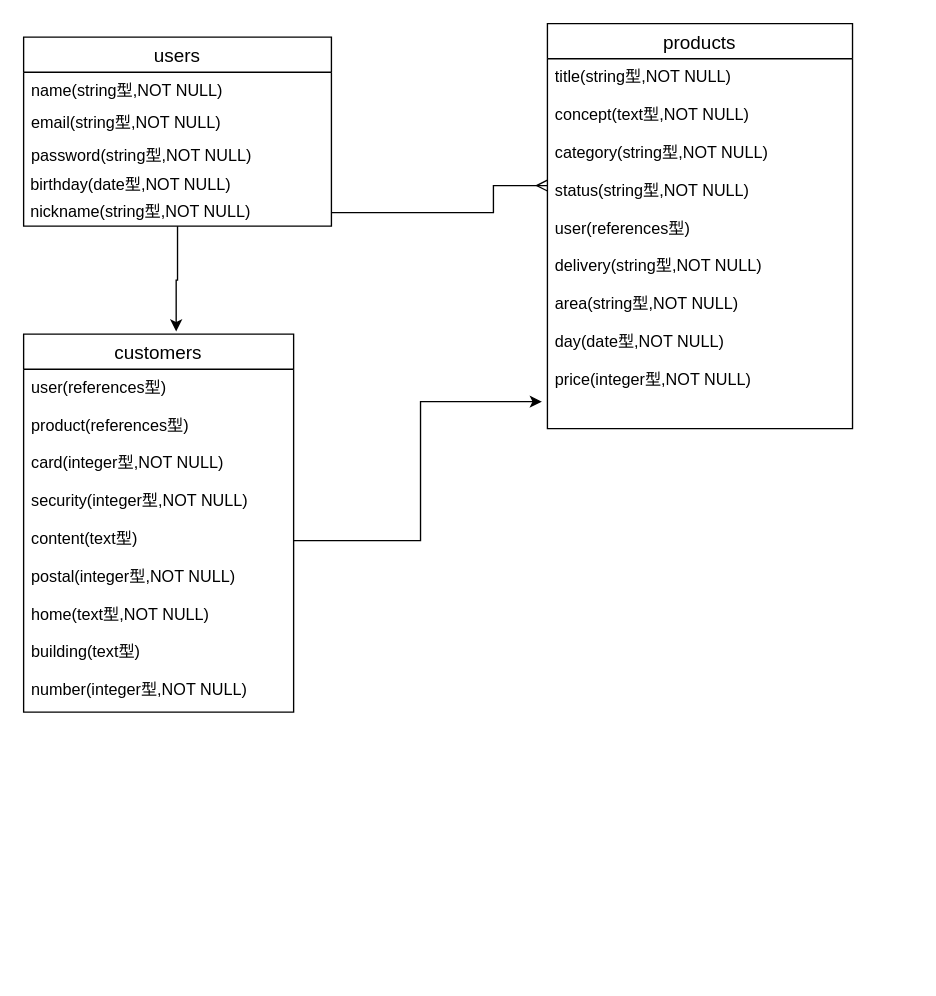
Above: furima.dio in Wh1te-7/furima-31645 (draw.io), before the change. Source tidied: cells renumbered, new cells numbered last; positions are measured from the earlier drawing's top-left corner, leaving out a move shared by most shapes. Both pictures are drawn from the tidied source at 135%, with x=0, y=0 at pixel (23, 23).
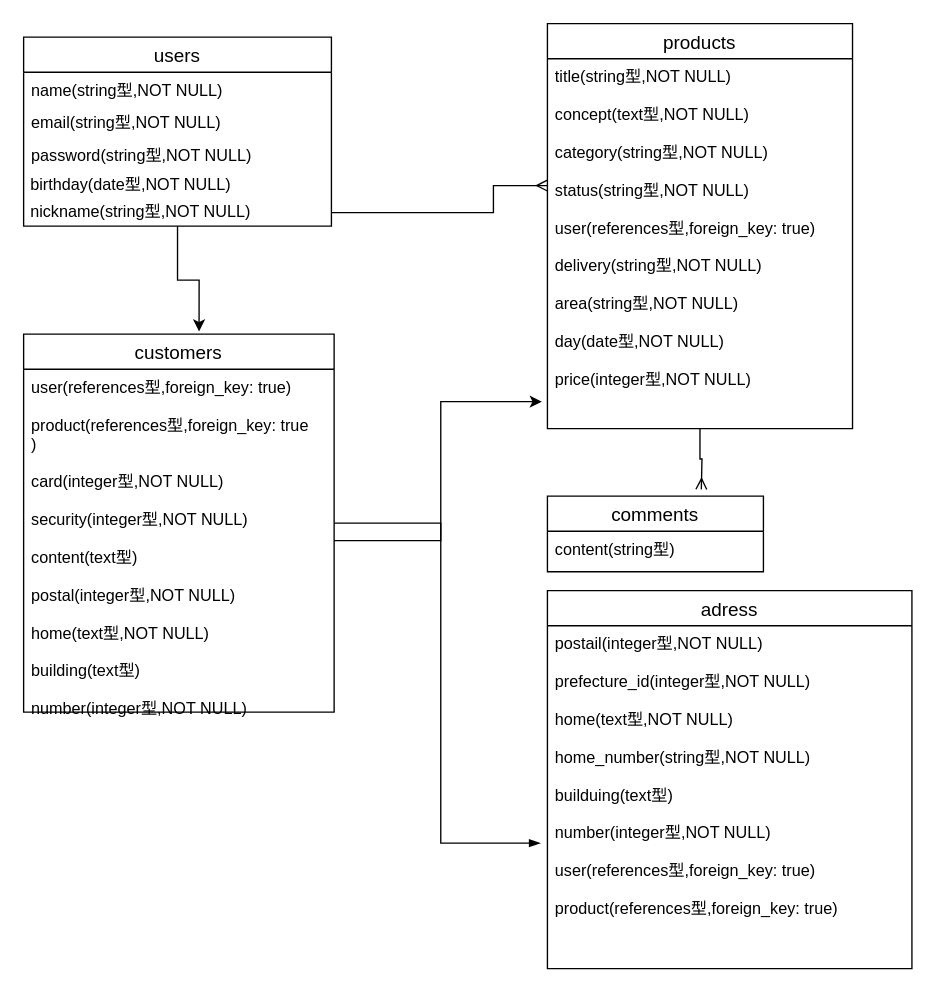
The same diagram, later.

Unchanged cells that the change refers to:
```xml
<mxCell id="8" value="products" style="swimlane;fontStyle=0;horizontal=1;startSize=26;align=center;fontSize=14;" parent="1" vertex="1">
  <mxGeometry x="388" width="226" height="300" as="geometry" />
</mxCell>
```

What changed in the source:
```diff
@@
+    <mxCell id="15" style="edgeStyle=orthogonalEdgeStyle;rounded=0;jettySize=auto;html=1;endArrow=ERmany;endFill=0;" parent="1" edge="1" source="8">
+      <mxGeometry relative="1" as="geometry">
+        <mxPoint x="502" y="345" as="targetPoint" />
+      </mxGeometry>
+    </mxCell>
@@
-    <mxCell id="9" value="title(string型,NOT NULL)&#10;&#10;concept(text型,NOT NULL)&#10;&#10;category(string型,NOT NULL)&#10;&#10;status(string型,NOT NULL)&#10;&#10;user(references型)&#10;&#10;delivery(string型,NOT NULL)&#10;&#10;area(string型,NOT NULL)&#10;&#10;day(date型,NOT NULL)&#10;&#10;price(integer型,NOT NULL)" style="text;strokeColor=none;fillColor=none;spacingLeft=4;spacingRight=4;overflow=hidden;points=[[0,0.5],[1,0.5]];portConstraint=eastwest;fontSize=12;" parent="8" vertex="1">
+    <mxCell id="9" value="title(string型,NOT NULL)&#10;&#10;concept(text型,NOT NULL)&#10;&#10;category(string型,NOT NULL)&#10;&#10;status(string型,NOT NULL)&#10;&#10;user(references型,foreign_key: true)&#10;&#10;delivery(string型,NOT NULL)&#10;&#10;area(string型,NOT NULL)&#10;&#10;day(date型,NOT NULL)&#10;&#10;price(integer型,NOT NULL)" style="text;strokeColor=none;fillColor=none;spacingLeft=4;spacingRight=4;overflow=hidden;points=[[0,0.5],[1,0.5]];portConstraint=eastwest;fontSize=12;" parent="8" vertex="1">
       <mxGeometry y="26" width="226" height="274" as="geometry" />
     </mxCell>
@@
+    <mxCell id="16" style="edgeStyle=orthogonalEdgeStyle;rounded=0;jettySize=auto;html=1;entryX=-0.019;entryY=0.634;entryDx=0;entryDy=0;entryPerimeter=0;endArrow=blockThin;endFill=1;" parent="1" edge="1" source="11" target="20">
+      <mxGeometry relative="1" as="geometry" />
+    </mxCell>
     <mxCell id="11" value="customers" style="swimlane;fontStyle=0;horizontal=1;startSize=26;align=center;fontSize=14;" parent="1" vertex="1">
-      <mxGeometry y="230" width="200" height="280" as="geometry" />
+      <mxGeometry y="230" width="230" height="280" as="geometry" />
     </mxCell>
-    <mxCell id="12" value="user(references型)&#10;&#10;product(references型)&#10;&#10;card(integer型,NOT NULL)&#10;&#10;security(integer型,NOT NULL)&#10;&#10;content(text型)&#10;&#10;postal(integer型,NOT NULL)&#10;&#10;home(text型,NOT NULL)&#10;&#10;building(text型)&#10;&#10;number(integer型,NOT NULL)" style="text;strokeColor=none;fillColor=none;spacingLeft=4;spacingRight=4;overflow=hidden;points=[[0,0.5],[1,0.5]];portConstraint=eastwest;fontSize=12;" parent="11" vertex="1">
-      <mxGeometry y="26" width="200" height="254" as="geometry" />
+    <mxCell id="12" value="user(references型,foreign_key: true)&#10;&#10;product(references型,foreign_key: true&#10;)&#10;&#10;card(integer型,NOT NULL)&#10;&#10;security(integer型,NOT NULL)&#10;&#10;content(text型)&#10;&#10;postal(integer型,NOT NULL)&#10;&#10;home(text型,NOT NULL)&#10;&#10;building(text型)&#10;&#10;number(integer型,NOT NULL)" style="text;strokeColor=none;fillColor=none;spacingLeft=4;spacingRight=4;overflow=hidden;points=[[0,0.5],[1,0.5]];portConstraint=eastwest;fontSize=12;" parent="11" vertex="1">
+      <mxGeometry y="26" width="230" height="254" as="geometry" />
     </mxCell>
@@
+    <mxCell id="17" value="comments" style="swimlane;fontStyle=0;horizontal=1;startSize=26;align=center;fontSize=14;" parent="1" vertex="1">
+      <mxGeometry x="388" y="350" width="160" height="56" as="geometry" />
+    </mxCell>
+    <mxCell id="18" value="content(string型)" style="text;strokeColor=none;fillColor=none;spacingLeft=4;spacingRight=4;overflow=hidden;fontSize=12;" parent="17" vertex="1">
+      <mxGeometry y="26" width="160" height="30" as="geometry" />
+    </mxCell>
+    <mxCell id="19" value="adress" style="swimlane;fontStyle=0;horizontal=1;startSize=26;align=center;fontSize=14;" parent="1" vertex="1">
+      <mxGeometry x="388" y="420" width="270" height="280" as="geometry" />
+    </mxCell>
+    <mxCell id="20" value="postail(integer型,NOT NULL)&#10;&#10;prefecture_id(integer型,NOT NULL)&#10;&#10;home(text型,NOT NULL)&#10;&#10;home_number(string型,NOT NULL)&#10;&#10;builduing(text型)&#10;&#10;number(integer型,NOT NULL)&#10;&#10;user(references型,foreign_key: true)&#10;&#10;product(references型,foreign_key: true)" style="text;strokeColor=none;fillColor=none;spacingLeft=4;spacingRight=4;overflow=hidden;points=[[0,0.5],[1,0.5]];portConstraint=eastwest;fontSize=12;" parent="19" vertex="1">
+      <mxGeometry y="26" width="270" height="254" as="geometry" />
+    </mxCell>
```
